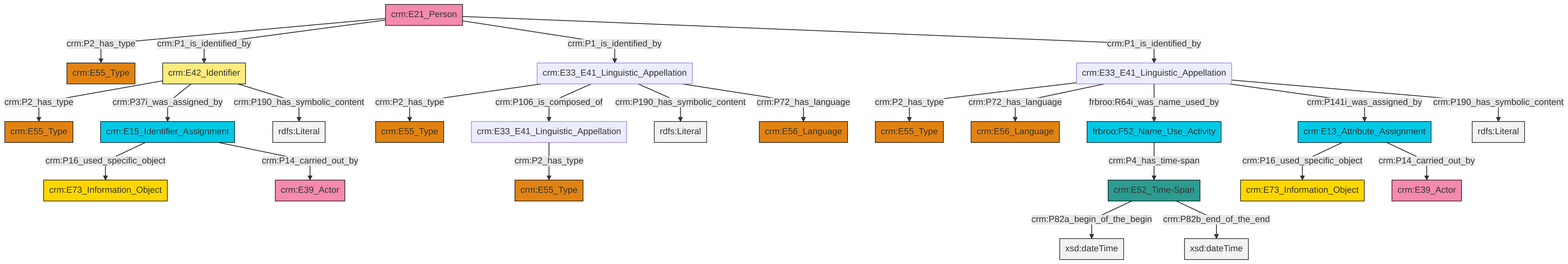
Earlier version of the Mermaid export et/personCSV/ttl/mmd/png/Person_Names_and_Classification.png (swiss-art-research-net/docs.swissartresearch). Its source is kept beside it as et/personCSV/ttl/mmd/Person_Names_and_Classification.ttl.mmd.
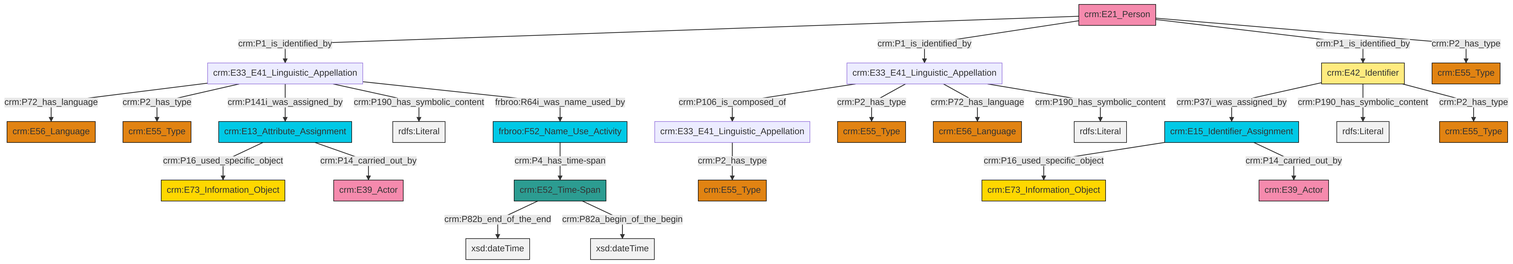
The same diagram one commit later.

Change to the diagram source:
```diff
@@ -13,27 +13,27 @@
 classDef PC_Classes fill:#4ce600, stroke:#000000;
 classDef Multi fill:#cccccc,stroke:#000000;
 
-0["crm:E13_Attribute_Assignment"]:::Temporal_Entity -->|crm:P16_used_specific_object| 1["crm:E73_Information_Object"]:::Conceptual_Object
-2["crm:E33_E41_Linguistic_Appellation"]:::Default -->|crm:P2_has_type| 3["crm:E55_Type"]:::Type
-8["crm:E42_Identifier"]:::Appellation -->|crm:P2_has_type| 9["crm:E55_Type"]:::Type
-12["crm:E15_Identifier_Assignment"]:::Temporal_Entity -->|crm:P16_used_specific_object| 13["crm:E73_Information_Object"]:::Conceptual_Object
-4["crm:E33_E41_Linguistic_Appellation"]:::Default -->|crm:P2_has_type| 16["crm:E55_Type"]:::Type
-4["crm:E33_E41_Linguistic_Appellation"]:::Default -->|crm:P72_has_language| 6["crm:E56_Language"]:::Type
-4["crm:E33_E41_Linguistic_Appellation"]:::Default -->|frbroo:R64i_was_name_used_by| 24["frbroo:F52_Name_Use_Activity"]:::Temporal_Entity
-17["crm:E33_E41_Linguistic_Appellation"]:::Default -->|crm:P2_has_type| 21["crm:E55_Type"]:::Type
-8["crm:E42_Identifier"]:::Appellation -->|crm:P37i_was_assigned_by| 12["crm:E15_Identifier_Assignment"]:::Temporal_Entity
-27["crm:E21_Person"]:::Actor -->|crm:P2_has_type| 19["crm:E55_Type"]:::Type
-8["crm:E42_Identifier"]:::Appellation -->|crm:P190_has_symbolic_content| 30[rdfs:Literal]:::Literal
-31["crm:E52_Time-Span"]:::Time-Span -->|crm:P82a_begin_of_the_begin| 32[xsd:dateTime]:::Literal
-24["frbroo:F52_Name_Use_Activity"]:::Temporal_Entity -->|crm:P4_has_time-span| 31["crm:E52_Time-Span"]:::Time-Span
-2["crm:E33_E41_Linguistic_Appellation"]:::Default -->|crm:P106_is_composed_of| 17["crm:E33_E41_Linguistic_Appellation"]:::Default
-2["crm:E33_E41_Linguistic_Appellation"]:::Default -->|crm:P190_has_symbolic_content| 35[rdfs:Literal]:::Literal
-4["crm:E33_E41_Linguistic_Appellation"]:::Default -->|crm:P141i_was_assigned_by| 0["crm:E13_Attribute_Assignment"]:::Temporal_Entity
-12["crm:E15_Identifier_Assignment"]:::Temporal_Entity -->|crm:P14_carried_out_by| 10["crm:E39_Actor"]:::Actor
-27["crm:E21_Person"]:::Actor -->|crm:P1_is_identified_by| 8["crm:E42_Identifier"]:::Appellation
-27["crm:E21_Person"]:::Actor -->|crm:P1_is_identified_by| 2["crm:E33_E41_Linguistic_Appellation"]:::Default
-4["crm:E33_E41_Linguistic_Appellation"]:::Default -->|crm:P190_has_symbolic_content| 41[rdfs:Literal]:::Literal
-0["crm:E13_Attribute_Assignment"]:::Temporal_Entity -->|crm:P14_carried_out_by| 38["crm:E39_Actor"]:::Actor
-2["crm:E33_E41_Linguistic_Appellation"]:::Default -->|crm:P72_has_language| 14["crm:E56_Language"]:::Type
-27["crm:E21_Person"]:::Actor -->|crm:P1_is_identified_by| 4["crm:E33_E41_Linguistic_Appellation"]:::Default
-31["crm:E52_Time-Span"]:::Time-Span -->|crm:P82b_end_of_the_end| 45[xsd:dateTime]:::Literal
+0["crm:E33_E41_Linguistic_Appellation"]:::Default -->|crm:P106_is_composed_of| 1["crm:E33_E41_Linguistic_Appellation"]:::Default
+2["crm:E21_Person"]:::Actor -->|crm:P1_is_identified_by| 3["crm:E33_E41_Linguistic_Appellation"]:::Default
+0["crm:E33_E41_Linguistic_Appellation"]:::Default -->|crm:P2_has_type| 11["crm:E55_Type"]:::Type
+2["crm:E21_Person"]:::Actor -->|crm:P1_is_identified_by| 0["crm:E33_E41_Linguistic_Appellation"]:::Default
+2["crm:E21_Person"]:::Actor -->|crm:P1_is_identified_by| 8["crm:E42_Identifier"]:::Appellation
+2["crm:E21_Person"]:::Actor -->|crm:P2_has_type| 20["crm:E55_Type"]:::Type
+3["crm:E33_E41_Linguistic_Appellation"]:::Default -->|crm:P72_has_language| 24["crm:E56_Language"]:::Type
+0["crm:E33_E41_Linguistic_Appellation"]:::Default -->|crm:P72_has_language| 14["crm:E56_Language"]:::Type
+3["crm:E33_E41_Linguistic_Appellation"]:::Default -->|crm:P2_has_type| 27["crm:E55_Type"]:::Type
+3["crm:E33_E41_Linguistic_Appellation"]:::Default -->|crm:P141i_was_assigned_by| 18["crm:E13_Attribute_Assignment"]:::Temporal_Entity
+18["crm:E13_Attribute_Assignment"]:::Temporal_Entity -->|crm:P16_used_specific_object| 30["crm:E73_Information_Object"]:::Conceptual_Object
+8["crm:E42_Identifier"]:::Appellation -->|crm:P37i_was_assigned_by| 32["crm:E15_Identifier_Assignment"]:::Temporal_Entity
+8["crm:E42_Identifier"]:::Appellation -->|crm:P190_has_symbolic_content| 35[rdfs:Literal]:::Literal
+0["crm:E33_E41_Linguistic_Appellation"]:::Default -->|crm:P190_has_symbolic_content| 36[rdfs:Literal]:::Literal
+32["crm:E15_Identifier_Assignment"]:::Temporal_Entity -->|crm:P16_used_specific_object| 37["crm:E73_Information_Object"]:::Conceptual_Object
+16["crm:E52_Time-Span"]:::Time-Span -->|crm:P82b_end_of_the_end| 39[xsd:dateTime]:::Literal
+32["crm:E15_Identifier_Assignment"]:::Temporal_Entity -->|crm:P14_carried_out_by| 4["crm:E39_Actor"]:::Actor
+18["crm:E13_Attribute_Assignment"]:::Temporal_Entity -->|crm:P14_carried_out_by| 21["crm:E39_Actor"]:::Actor
+3["crm:E33_E41_Linguistic_Appellation"]:::Default -->|crm:P190_has_symbolic_content| 41[rdfs:Literal]:::Literal
+16["crm:E52_Time-Span"]:::Time-Span -->|crm:P82a_begin_of_the_begin| 43[xsd:dateTime]:::Literal
+25["frbroo:F52_Name_Use_Activity"]:::Temporal_Entity -->|crm:P4_has_time-span| 16["crm:E52_Time-Span"]:::Time-Span
+8["crm:E42_Identifier"]:::Appellation -->|crm:P2_has_type| 12["crm:E55_Type"]:::Type
+1["crm:E33_E41_Linguistic_Appellation"]:::Default -->|crm:P2_has_type| 6["crm:E55_Type"]:::Type
+3["crm:E33_E41_Linguistic_Appellation"]:::Default -->|frbroo:R64i_was_name_used_by| 25["frbroo:F52_Name_Use_Activity"]:::Temporal_Entity
```
